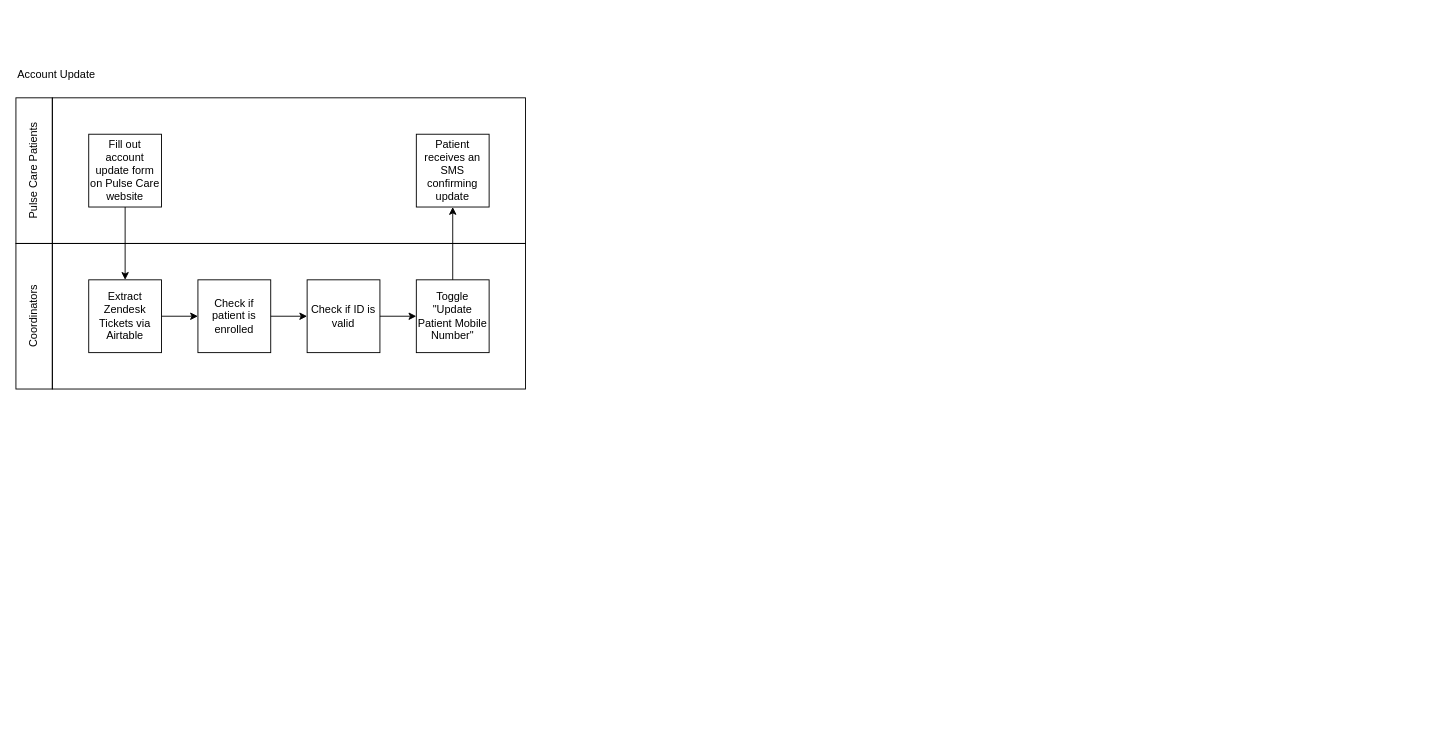
MedGrocer/diagrams keeps this draw.io diagram as page "Data Flow Diagram" (1 of 2) of Patient Programs/NS Pulse Care/Account Update.dio. Above is the earlier version. Source tidied: cells renumbered, new cells numbered last; positions are measured from the earlier drawing's top-left corner, leaving out a move shared by most shapes. Both pictures are drawn from the tidied source at 91%, with x=0, y=0 at pixel (-39, 61).
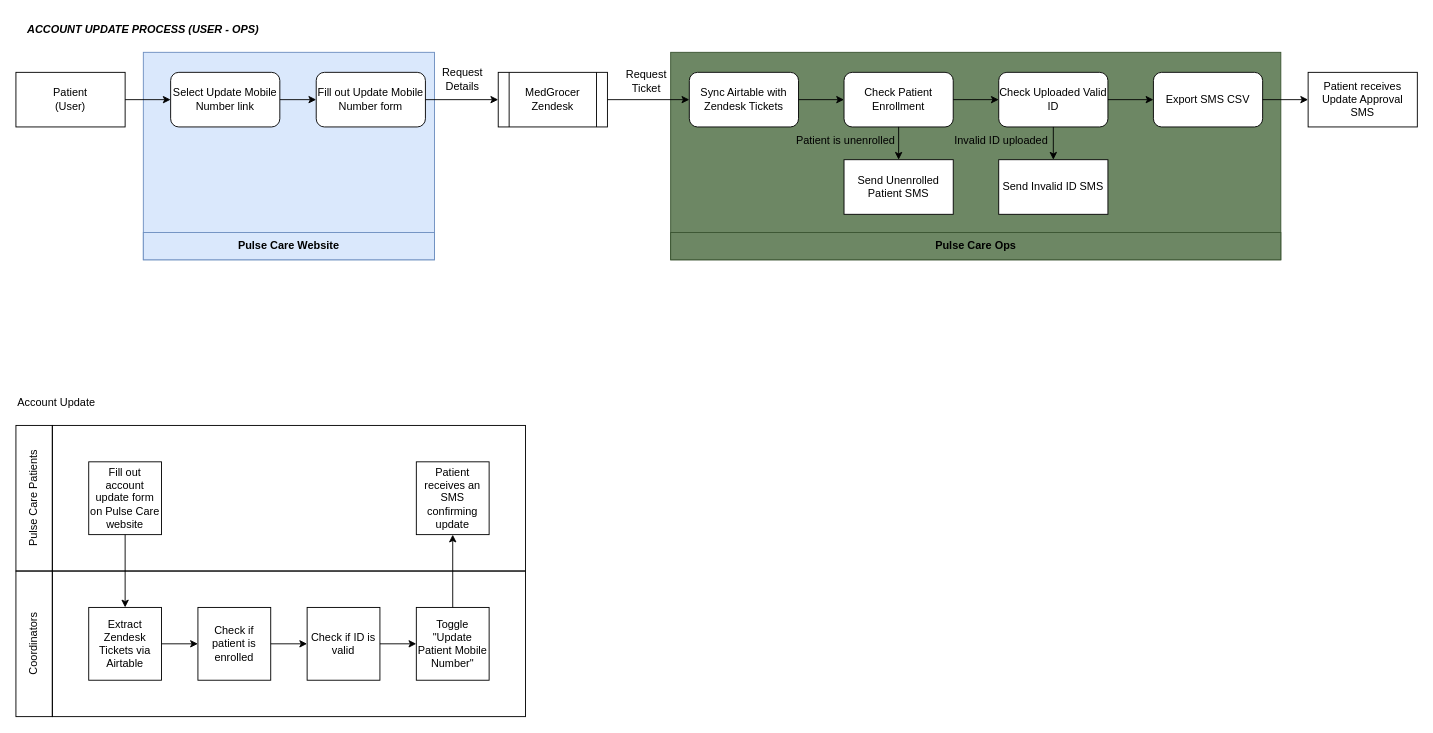
After the change.

Commit message (it also covers changes not shown here):
Completed DFD for NSX website

The edit, as a diff of the source:
```diff
@@
+    <mxCell id="18" style="group;" parent="1" vertex="1">
+      <mxGeometry x="60" y="360" width="560" height="360" as="geometry" />
+    </mxCell>
-    <mxCell id="2" style="rounded=0;whiteSpace=wrap;html=1;fillColor=none;" parent="1" vertex="1">
-      <mxGeometry x="100" y="200" width="520" height="160" as="geometry" />
+    <mxCell id="2" style="rounded=0;whiteSpace=wrap;html=1;fillColor=none;" parent="18" vertex="1">
+      <mxGeometry x="40" y="200" width="520" height="160" as="geometry" />
     </mxCell>
-    <mxCell id="3" style="rounded=0;whiteSpace=wrap;html=1;fillColor=none;" parent="1" vertex="1">
-      <mxGeometry x="100" y="40" width="520" height="160" as="geometry" />
+    <mxCell id="3" style="rounded=0;whiteSpace=wrap;html=1;fillColor=none;" parent="18" vertex="1">
+      <mxGeometry x="40" y="40" width="520" height="160" as="geometry" />
     </mxCell>
-    <mxCell id="4" value="Pulse Care Patients" style="rounded=0;whiteSpace=wrap;html=1;fillColor=none;rotation=-90;" parent="1" vertex="1">
-      <mxGeometry y="100" width="160" height="40" as="geometry" />
+    <mxCell id="4" value="Pulse Care Patients" style="rounded=0;whiteSpace=wrap;html=1;fillColor=none;rotation=-90;" parent="18" vertex="1">
+      <mxGeometry x="-60" y="100" width="160" height="40" as="geometry" />
     </mxCell>
-    <mxCell id="5" value="Coordinators" style="rounded=0;whiteSpace=wrap;html=1;fillColor=none;rotation=-90;" parent="1" vertex="1">
-      <mxGeometry y="260" width="160" height="40" as="geometry" />
+    <mxCell id="5" value="Coordinators" style="rounded=0;whiteSpace=wrap;html=1;fillColor=none;rotation=-90;" parent="18" vertex="1">
+      <mxGeometry x="-60" y="260" width="160" height="40" as="geometry" />
     </mxCell>
+    <mxCell id="7" value="Fill out account update form on Pulse Care website" style="rounded=0;whiteSpace=wrap;html=1;fillColor=none;" parent="18" vertex="1">
+      <mxGeometry x="80" y="80" width="80" height="80" as="geometry" />
+    </mxCell>
+    <mxCell id="9" value="Extract Zendesk Tickets via Airtable" style="rounded=0;whiteSpace=wrap;html=1;fillColor=none;" parent="18" vertex="1">
+      <mxGeometry x="80" y="240" width="80" height="80" as="geometry" />
+    </mxCell>
-    <mxCell id="6" style="edgeStyle=none;html=1;entryX=0.5;entryY=0;entryDx=0;entryDy=0;" parent="1" edge="1" source="7" target="9">
+    <mxCell id="6" style="edgeStyle=none;html=1;entryX=0.5;entryY=0;entryDx=0;entryDy=0;" parent="18" edge="1" source="7" target="9">
       <mxGeometry relative="1" as="geometry" />
     </mxCell>
-    <mxCell id="7" value="Fill out account update form on Pulse Care website" style="rounded=0;whiteSpace=wrap;html=1;fillColor=none;" parent="1" vertex="1">
-      <mxGeometry x="140" y="80" width="80" height="80" as="geometry" />
-    </mxCell>
+    <mxCell id="10" value="Account Update" style="text;html=1;align=left;verticalAlign=middle;strokeColor=none;fillColor=none;" parent="18" vertex="1">
+      <mxGeometry width="110" height="30" as="geometry" />
+    </mxCell>
+    <mxCell id="12" value="Check if patient is enrolled" style="rounded=0;whiteSpace=wrap;html=1;fillColor=none;" parent="18" vertex="1">
+      <mxGeometry x="200" y="240" width="80" height="80" as="geometry" />
+    </mxCell>
-    <mxCell id="8" style="edgeStyle=none;html=1;" parent="1" edge="1" source="9" target="12">
+    <mxCell id="8" style="edgeStyle=none;html=1;" parent="18" edge="1" source="9" target="12">
       <mxGeometry relative="1" as="geometry" />
     </mxCell>
-    <mxCell id="9" value="Extract Zendesk Tickets via Airtable" style="rounded=0;whiteSpace=wrap;html=1;fillColor=none;" parent="1" vertex="1">
-      <mxGeometry x="140" y="240" width="80" height="80" as="geometry" />
-    </mxCell>
-    <mxCell id="10" value="Account Update" style="text;html=1;align=left;verticalAlign=middle;strokeColor=none;fillColor=none;" parent="1" vertex="1">
-      <mxGeometry x="60" width="110" height="30" as="geometry" />
-    </mxCell>
+    <mxCell id="14" value="Check if ID is valid" style="rounded=0;whiteSpace=wrap;html=1;fillColor=none;" parent="18" vertex="1">
+      <mxGeometry x="320" y="240" width="80" height="80" as="geometry" />
+    </mxCell>
-    <mxCell id="11" style="edgeStyle=none;html=1;" parent="1" edge="1" source="12" target="14">
+    <mxCell id="11" style="edgeStyle=none;html=1;" parent="18" edge="1" source="12" target="14">
       <mxGeometry relative="1" as="geometry" />
     </mxCell>
-    <mxCell id="12" value="Check if patient is enrolled" style="rounded=0;whiteSpace=wrap;html=1;fillColor=none;" parent="1" vertex="1">
-      <mxGeometry x="260" y="240" width="80" height="80" as="geometry" />
-    </mxCell>
+    <mxCell id="16" value="Toggle &quot;Update Patient Mobile Number&quot;" style="rounded=0;whiteSpace=wrap;html=1;fillColor=none;" parent="18" vertex="1">
+      <mxGeometry x="440" y="240" width="80" height="80" as="geometry" />
+    </mxCell>
-    <mxCell id="13" style="edgeStyle=none;html=1;entryX=0;entryY=0.5;entryDx=0;entryDy=0;" parent="1" edge="1" source="14" target="16">
+    <mxCell id="13" style="edgeStyle=none;html=1;entryX=0;entryY=0.5;entryDx=0;entryDy=0;" parent="18" edge="1" source="14" target="16">
       <mxGeometry relative="1" as="geometry" />
     </mxCell>
-    <mxCell id="14" value="Check if ID is valid" style="rounded=0;whiteSpace=wrap;html=1;fillColor=none;" parent="1" vertex="1">
-      <mxGeometry x="380" y="240" width="80" height="80" as="geometry" />
-    </mxCell>
+    <mxCell id="17" value="Patient receives an SMS confirming update" style="rounded=0;whiteSpace=wrap;html=1;fillColor=none;" parent="18" vertex="1">
+      <mxGeometry x="440" y="80" width="80" height="80" as="geometry" />
+    </mxCell>
-    <mxCell id="15" style="edgeStyle=none;html=1;entryX=0.5;entryY=1;entryDx=0;entryDy=0;" parent="1" edge="1" source="16" target="17">
+    <mxCell id="15" style="edgeStyle=none;html=1;entryX=0.5;entryY=1;entryDx=0;entryDy=0;" parent="18" edge="1" source="16" target="17">
       <mxGeometry relative="1" as="geometry" />
     </mxCell>
-    <mxCell id="16" value="Toggle &quot;Update Patient Mobile Number&quot;" style="rounded=0;whiteSpace=wrap;html=1;fillColor=none;" parent="1" vertex="1">
-      <mxGeometry x="500" y="240" width="80" height="80" as="geometry" />
-    </mxCell>
-    <mxCell id="17" value="Patient receives an SMS confirming update" style="rounded=0;whiteSpace=wrap;html=1;fillColor=none;" parent="1" vertex="1">
-      <mxGeometry x="500" y="80" width="80" height="80" as="geometry" />
-    </mxCell>
+    <mxCell id="19" style="group;" parent="1" vertex="1">
+      <mxGeometry x="60" y="-10" width="1540" height="228" as="geometry" />
+    </mxCell>
+    <mxCell id="20" style="rounded=0;whiteSpace=wrap;html=1;fillColor=#6d8764;fontColor=#ffffff;strokeColor=#3A5431;" parent="19" vertex="1">
+      <mxGeometry x="719.5" width="670.5" height="228" as="geometry" />
+    </mxCell>
+    <mxCell id="21" style="rounded=0;whiteSpace=wrap;html=1;fillColor=#dae8fc;strokeColor=#6c8ebf;" parent="19" vertex="1">
+      <mxGeometry x="140" width="320" height="228" as="geometry" />
+    </mxCell>
+    <mxCell id="22" value="Patient&lt;br&gt;(User)" style="rounded=0;whiteSpace=wrap;html=1;" parent="19" vertex="1">
+      <mxGeometry y="22" width="120" height="60" as="geometry" />
+    </mxCell>
+    <mxCell id="23" value="Fill out Update Mobile Number form" style="rounded=1;whiteSpace=wrap;html=1;" parent="19" vertex="1">
+      <mxGeometry x="330" y="22" width="120" height="60" as="geometry" />
+    </mxCell>
+    <mxCell id="24" value="MedGrocer Zendesk" style="shape=process;whiteSpace=wrap;html=1;backgroundOutline=1;" parent="19" vertex="1">
+      <mxGeometry x="530" y="22" width="120" height="60" as="geometry" />
+    </mxCell>
+    <mxCell id="25" style="edgeStyle=none;html=1;exitX=1;exitY=0.5;exitDx=0;exitDy=0;entryX=0;entryY=0.5;entryDx=0;entryDy=0;" parent="19" edge="1" source="23" target="24">
+      <mxGeometry relative="1" as="geometry" />
+    </mxCell>
+    <mxCell id="26" value="Sync Airtable with Zendesk Tickets" style="rounded=1;whiteSpace=wrap;html=1;" parent="19" vertex="1">
+      <mxGeometry x="740" y="22" width="120" height="60" as="geometry" />
+    </mxCell>
+    <mxCell id="27" style="edgeStyle=none;html=1;exitX=1;exitY=0.5;exitDx=0;exitDy=0;entryX=0;entryY=0.5;entryDx=0;entryDy=0;" parent="19" edge="1" source="24" target="26">
+      <mxGeometry relative="1" as="geometry" />
+    </mxCell>
+    <mxCell id="28" value="Request Details" style="text;html=1;strokeColor=none;fillColor=none;align=center;verticalAlign=middle;whiteSpace=wrap;rounded=0;" parent="19" vertex="1">
+      <mxGeometry x="461" y="15" width="60" height="30" as="geometry" />
+    </mxCell>
+    <mxCell id="29" value="Request Ticket" style="text;html=1;strokeColor=none;fillColor=none;align=center;verticalAlign=middle;whiteSpace=wrap;rounded=0;" parent="19" vertex="1">
+      <mxGeometry x="663" y="17" width="60" height="30" as="geometry" />
+    </mxCell>
+    <mxCell id="30" style="edgeStyle=none;html=1;exitX=1;exitY=0.5;exitDx=0;exitDy=0;entryX=0;entryY=0.5;entryDx=0;entryDy=0;" parent="19" edge="1" source="31" target="23">
+      <mxGeometry relative="1" as="geometry" />
+    </mxCell>
+    <mxCell id="31" value="Select Update Mobile Number link" style="rounded=1;whiteSpace=wrap;html=1;" parent="19" vertex="1">
+      <mxGeometry x="170" y="22" width="120" height="60" as="geometry" />
+    </mxCell>
+    <mxCell id="32" style="edgeStyle=none;html=1;exitX=1;exitY=0.5;exitDx=0;exitDy=0;entryX=0;entryY=0.5;entryDx=0;entryDy=0;" parent="19" edge="1" source="22" target="31">
+      <mxGeometry relative="1" as="geometry" />
+    </mxCell>
+    <mxCell id="33" value="Check Patient Enrollment" style="rounded=1;whiteSpace=wrap;html=1;" parent="19" vertex="1">
+      <mxGeometry x="910" y="22" width="120" height="60" as="geometry" />
+    </mxCell>
+    <mxCell id="34" style="edgeStyle=none;html=1;exitX=1;exitY=0.5;exitDx=0;exitDy=0;entryX=0;entryY=0.5;entryDx=0;entryDy=0;" parent="19" edge="1" source="26" target="33">
+      <mxGeometry relative="1" as="geometry" />
+    </mxCell>
+    <mxCell id="35" value="Check Uploaded Valid ID" style="rounded=1;whiteSpace=wrap;html=1;" parent="19" vertex="1">
+      <mxGeometry x="1080" y="22" width="120" height="60" as="geometry" />
+    </mxCell>
+    <mxCell id="36" style="edgeStyle=none;html=1;exitX=1;exitY=0.5;exitDx=0;exitDy=0;entryX=0;entryY=0.5;entryDx=0;entryDy=0;" parent="19" edge="1" source="33" target="35">
+      <mxGeometry relative="1" as="geometry" />
+    </mxCell>
+    <mxCell id="37" value="Export SMS CSV" style="rounded=1;whiteSpace=wrap;html=1;" parent="19" vertex="1">
+      <mxGeometry x="1250" y="22" width="120" height="60" as="geometry" />
+    </mxCell>
+    <mxCell id="38" style="edgeStyle=none;html=1;exitX=1;exitY=0.5;exitDx=0;exitDy=0;entryX=0;entryY=0.5;entryDx=0;entryDy=0;" parent="19" edge="1" source="35" target="37">
+      <mxGeometry relative="1" as="geometry" />
+    </mxCell>
+    <mxCell id="39" value="Send Unenrolled Patient SMS" style="rounded=0;whiteSpace=wrap;html=1;" parent="19" vertex="1">
+      <mxGeometry x="910" y="118" width="120" height="60" as="geometry" />
+    </mxCell>
+    <mxCell id="40" style="edgeStyle=none;html=1;exitX=0.5;exitY=1;exitDx=0;exitDy=0;entryX=0.5;entryY=0;entryDx=0;entryDy=0;" parent="19" edge="1" source="33" target="39">
+      <mxGeometry relative="1" as="geometry" />
+    </mxCell>
+    <mxCell id="41" value="Send Invalid ID SMS" style="rounded=0;whiteSpace=wrap;html=1;" parent="19" vertex="1">
+      <mxGeometry x="1080" y="118" width="120" height="60" as="geometry" />
+    </mxCell>
+    <mxCell id="42" style="edgeStyle=none;html=1;exitX=0.5;exitY=1;exitDx=0;exitDy=0;entryX=0.5;entryY=0;entryDx=0;entryDy=0;" parent="19" edge="1" source="35" target="41">
+      <mxGeometry relative="1" as="geometry" />
+    </mxCell>
+    <mxCell id="43" value="Patient receives Update Approval SMS" style="rounded=0;whiteSpace=wrap;html=1;" parent="19" vertex="1">
+      <mxGeometry x="1420" y="22" width="120" height="60" as="geometry" />
+    </mxCell>
+    <mxCell id="44" value="Patient is unenrolled" style="text;html=1;strokeColor=none;fillColor=none;align=center;verticalAlign=middle;whiteSpace=wrap;rounded=0;" parent="19" vertex="1">
+      <mxGeometry x="852" y="82" width="120" height="30" as="geometry" />
+    </mxCell>
+    <mxCell id="45" value="Invalid ID uploaded" style="text;html=1;strokeColor=none;fillColor=none;align=center;verticalAlign=middle;whiteSpace=wrap;rounded=0;" parent="19" vertex="1">
+      <mxGeometry x="1023" y="82" width="120" height="30" as="geometry" />
+    </mxCell>
+    <mxCell id="46" style="rounded=0;whiteSpace=wrap;html=1;fillColor=#dae8fc;strokeColor=#6c8ebf;" parent="19" vertex="1">
+      <mxGeometry x="140" y="198" width="320" height="30" as="geometry" />
+    </mxCell>
+    <mxCell id="47" style="rounded=0;whiteSpace=wrap;html=1;fillColor=#6d8764;fontColor=#ffffff;strokeColor=#3A5431;" parent="19" vertex="1">
+      <mxGeometry x="719.5" y="198" width="670.5" height="30" as="geometry" />
+    </mxCell>
+    <mxCell id="48" value="Pulse Care Website" style="text;html=1;strokeColor=none;fillColor=none;align=center;verticalAlign=middle;whiteSpace=wrap;rounded=0;fontStyle=1;" parent="19" vertex="1">
+      <mxGeometry x="240" y="198" width="120" height="30" as="geometry" />
+    </mxCell>
+    <mxCell id="49" value="Pulse Care Ops" style="text;html=1;strokeColor=none;fillColor=none;align=center;verticalAlign=middle;whiteSpace=wrap;rounded=0;fontStyle=1;" parent="19" vertex="1">
+      <mxGeometry x="994.8" y="198" width="120" height="30" as="geometry" />
+    </mxCell>
+    <mxCell id="50" style="edgeStyle=none;html=1;exitX=1;exitY=0.5;exitDx=0;exitDy=0;" parent="19" edge="1" source="37" target="43">
+      <mxGeometry relative="1" as="geometry" />
+    </mxCell>
+    <mxCell id="51" value="&lt;b&gt;&lt;i&gt;ACCOUNT UPDATE PROCESS (USER - OPS)&lt;/i&gt;&lt;/b&gt;" style="text;html=1;strokeColor=none;fillColor=none;align=center;verticalAlign=middle;whiteSpace=wrap;rounded=0;" parent="1" vertex="1">
+      <mxGeometry x="60" y="-50" width="280" height="30" as="geometry" />
+    </mxCell>
```
